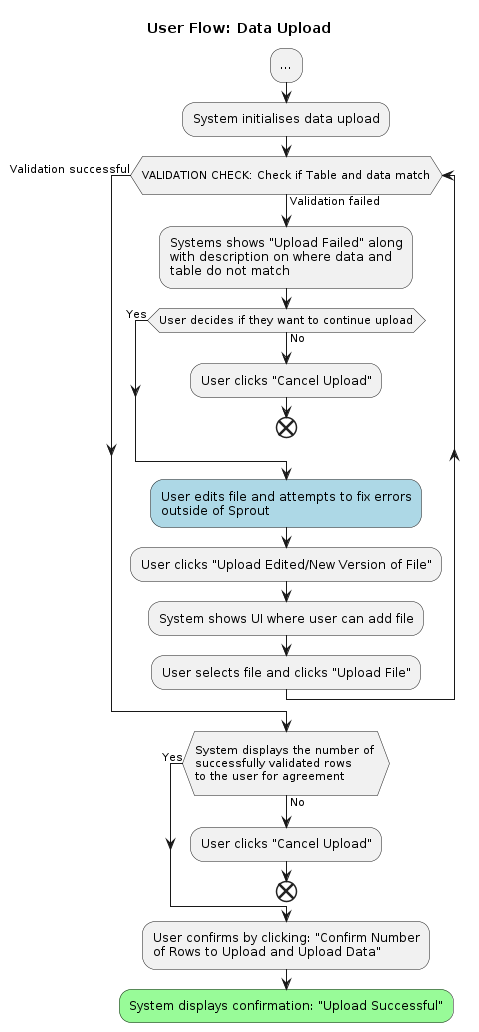
Before: docs/design/images/user-flow-data-upload.png, a diagram exported from PlantUML (signekb/seedcase-sprout). The source it was exported from:
```plantuml
@startuml user-flow-data-upload

title User Flow: Data Upload

:...;
:System initialises data upload;
while (\nVALIDATION CHECK: Check if Table and data match\n) is (Validation failed)
:Systems shows "Upload Failed" along\nwith description on where data and\ntable do not match;
    while (User decides if they want to continue upload) is (No)
        :User clicks "Cancel Upload";
        end
    end while (Yes);
    #LightBlue:User edits file and attempts to fix errors\noutside of Sprout;
    :User clicks "Upload Edited/New Version of File";
    :System shows UI where user can add file;
    :User selects file and clicks "Upload File";

end while (Validation successful);
while (\nSystem displays the number of \nsuccessfully validated rows \nto the user for agreement\n) is (No)
:User clicks "Cancel Upload";
end
end while (Yes);
:User confirms by clicking: "Confirm Number\nof Rows to Upload and Upload Data";
#palegreen:System displays confirmation: "Upload Successful";

@enduml
```
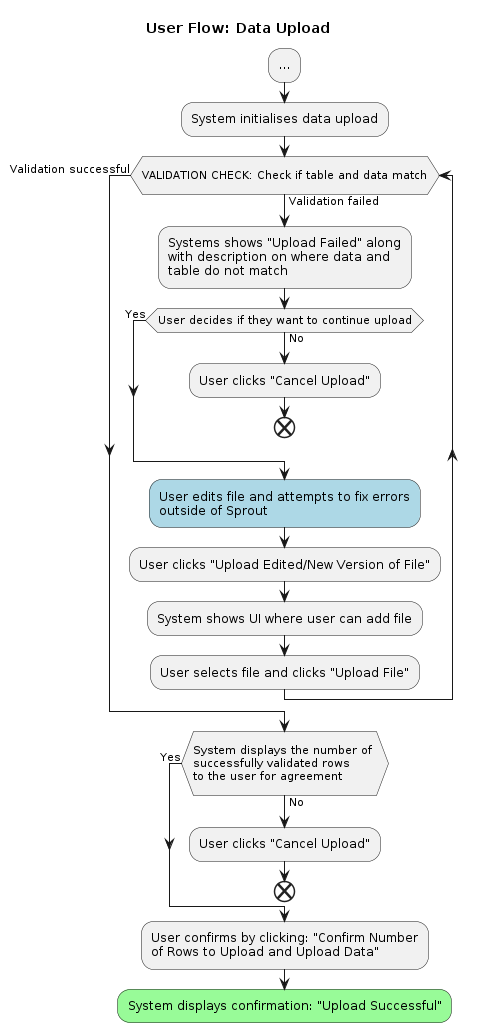
Above is the later version.

Commit message:
docs: update user flow subparts to follow main diagram

Change to the diagram source:
```diff
@@ -4,21 +4,20 @@
 
 :...;
 :System initialises data upload;
-while (\nVALIDATION CHECK: Check if Table and data match\n) is (Validation failed)
-:Systems shows "Upload Failed" along\nwith description on where data and\ntable do not match;
+while (\nVALIDATION CHECK: Check if table and data match\n) is (Validation failed)
+  :Systems shows "Upload Failed" along\nwith description on where data and\ntable do not match;
     while (User decides if they want to continue upload) is (No)
         :User clicks "Cancel Upload";
         end
     end while (Yes);
-    #LightBlue:User edits file and attempts to fix errors\noutside of Sprout;
-    :User clicks "Upload Edited/New Version of File";
-    :System shows UI where user can add file;
-    :User selects file and clicks "Upload File";
-
+  #LightBlue:User edits file and attempts to fix errors\noutside of Sprout;
+  :User clicks "Upload Edited/New Version of File";
+  :System shows UI where user can add file;
+  :User selects file and clicks "Upload File";
 end while (Validation successful);
 while (\nSystem displays the number of \nsuccessfully validated rows \nto the user for agreement\n) is (No)
-:User clicks "Cancel Upload";
-end
+  :User clicks "Cancel Upload";
+  end
 end while (Yes);
 :User confirms by clicking: "Confirm Number\nof Rows to Upload and Upload Data";
 #palegreen:System displays confirmation: "Upload Successful";
```
